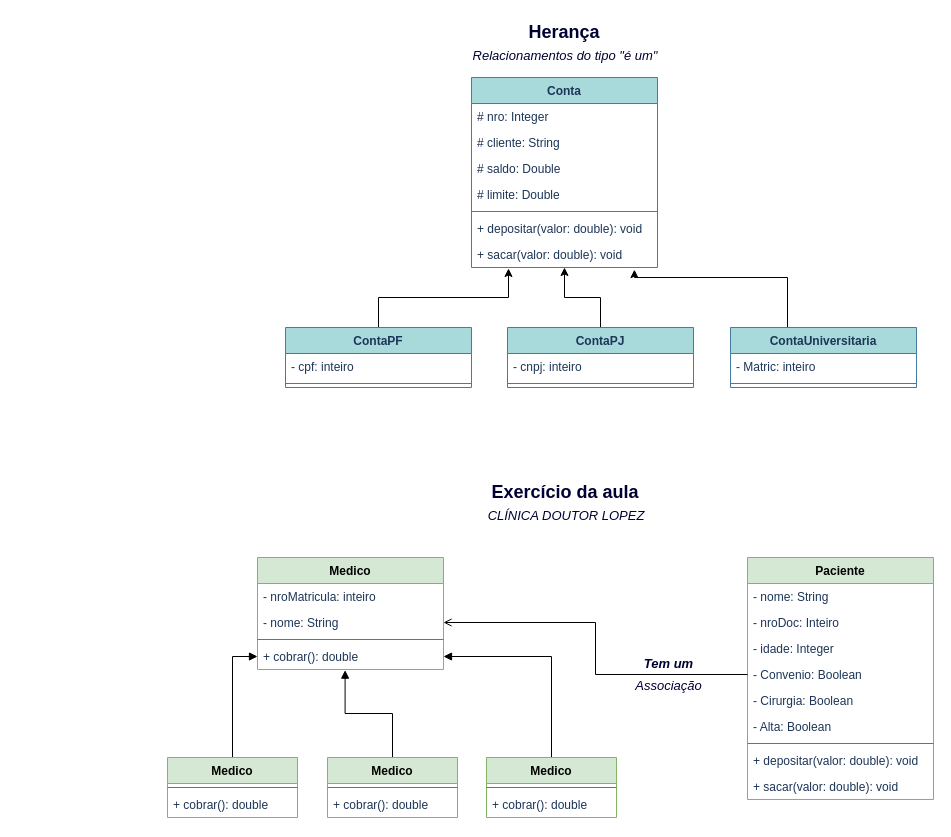
Earlier version of the draw.io diagram aula08-diagramaContaBancaria/aula08-Heranca.drawio (prof-marcelosouza/DH-POO-0522). Source tidied: cells renumbered, new cells numbered last; positions are measured from the earlier drawing's top-left corner, leaving out a move shared by most shapes. Both pictures are drawn from the tidied source at 100%, with x=0, y=0 at pixel (167, 17).
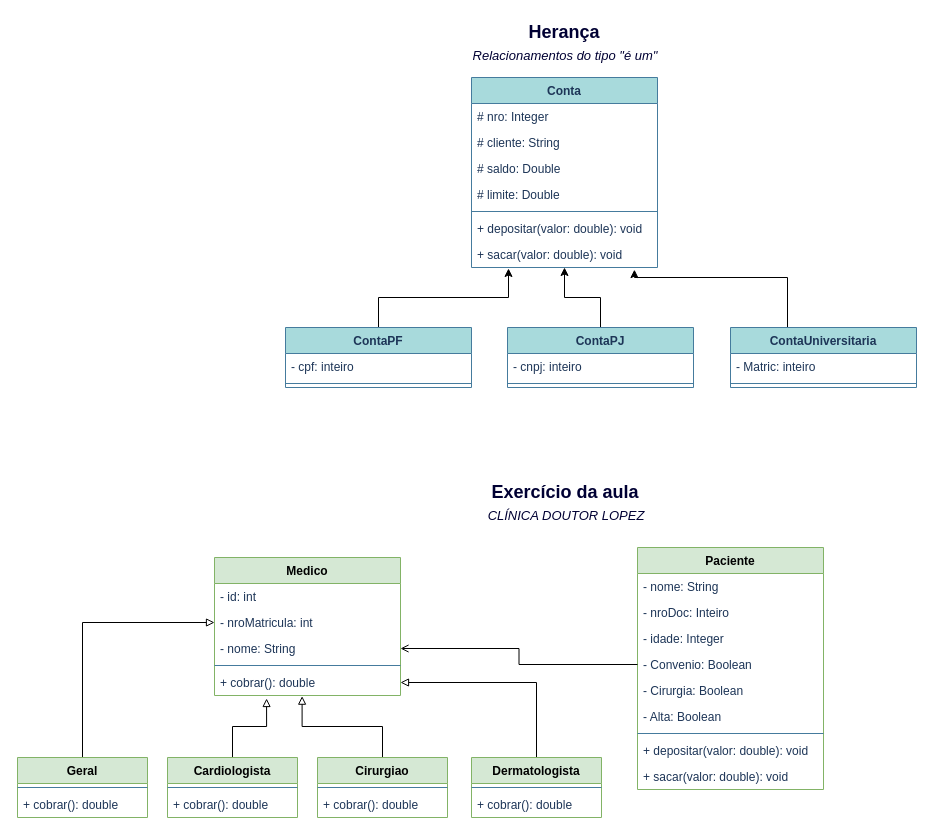
After the change.

Diff of the diagram source:
```diff
@@
     <mxCell id="20" value="Medico" style="swimlane;fontStyle=1;align=center;verticalAlign=top;horizontal=1;startSize=26;fillColor=#d5e8d4;strokeColor=#82b366;" parent="1" vertex="1">
-      <mxGeometry x="90" y="540" width="186" height="112" as="geometry" />
+      <mxGeometry x="47" y="540" width="186" height="138" as="geometry" />
     </mxCell>
+    <mxCell id="56" value="- id: int" style="text;strokeColor=none;fillColor=none;align=left;verticalAlign=top;spacingLeft=4;spacingRight=4;overflow=hidden;fontColor=#1D3557;" parent="20" vertex="1">
+      <mxGeometry y="26" width="186" height="26" as="geometry" />
+    </mxCell>
-    <mxCell id="21" value="- nroMatricula: inteiro" style="text;strokeColor=none;fillColor=none;align=left;verticalAlign=top;spacingLeft=4;spacingRight=4;overflow=hidden;points=[[0,0.5],[1,0.5]];portConstraint=eastwest;fontColor=#1D3557;" parent="20" vertex="1">
-      <mxGeometry y="26" width="186" height="26" as="geometry" />
+    <mxCell id="21" value="- nroMatricula: int" style="text;strokeColor=none;fillColor=none;align=left;verticalAlign=top;spacingLeft=4;spacingRight=4;overflow=hidden;points=[[0,0.5],[1,0.5]];portConstraint=eastwest;fontColor=#1D3557;" parent="20" vertex="1">
+      <mxGeometry y="52" width="186" height="26" as="geometry" />
     </mxCell>
     <mxCell id="22" value="- nome: String" style="text;strokeColor=none;fillColor=none;align=left;verticalAlign=top;spacingLeft=4;spacingRight=4;overflow=hidden;points=[[0,0.5],[1,0.5]];portConstraint=eastwest;fontColor=#1D3557;" parent="20" vertex="1">
-      <mxGeometry y="52" width="186" height="26" as="geometry" />
+      <mxGeometry y="78" width="186" height="26" as="geometry" />
     </mxCell>
     <mxCell id="23" style="line;strokeWidth=1;fillColor=none;align=left;verticalAlign=middle;spacingTop=-1;spacingLeft=3;spacingRight=3;labelPosition=right;labelBackgroundColor=#F1FAEE;strokeColor=#457B9D;fontColor=#1D3557;" parent="20" vertex="1">
-      <mxGeometry y="78" width="186" height="8" as="geometry" />
+      <mxGeometry y="104" width="186" height="8" as="geometry" />
     </mxCell>
     <mxCell id="24" value="+ cobrar(): double" style="text;strokeColor=none;fillColor=none;align=left;verticalAlign=top;spacingLeft=4;spacingRight=4;overflow=hidden;points=[[0,0.5],[1,0.5]];portConstraint=eastwest;fontColor=#1D3557;" parent="20" vertex="1">
-      <mxGeometry y="86" width="186" height="26" as="geometry" />
+      <mxGeometry y="112" width="186" height="26" as="geometry" />
     </mxCell>
@@
     <mxCell id="27" value="Paciente" style="swimlane;fontStyle=1;align=center;verticalAlign=top;horizontal=1;startSize=26;fillColor=#d5e8d4;strokeColor=#82b366;" parent="1" vertex="1">
-      <mxGeometry x="580" y="540" width="186" height="242" as="geometry" />
+      <mxGeometry x="470" y="530" width="186" height="242" as="geometry" />
     </mxCell>
@@
-    <mxCell id="38" value="&lt;font style=&quot;font-size: 13px;&quot;&gt;Associação&lt;/font&gt;" style="text;html=1;strokeColor=none;fillColor=none;align=center;verticalAlign=middle;whiteSpace=wrap;rounded=0;sketch=0;fontSize=18;fontColor=#000033;fontStyle=2;" parent="1" vertex="1">
-      <mxGeometry x="420" y="652" width="163" height="30" as="geometry" />
-    </mxCell>
-    <mxCell id="39" value="&lt;font style=&quot;font-size: 13px;&quot;&gt;Tem um&lt;/font&gt;" style="text;html=1;strokeColor=none;fillColor=none;align=center;verticalAlign=middle;whiteSpace=wrap;rounded=0;sketch=0;fontSize=18;fontColor=#000033;fontStyle=3;" parent="1" vertex="1">
-      <mxGeometry x="420" y="630" width="163" height="30" as="geometry" />
-    </mxCell>
-    <mxCell id="40" style="edgeStyle=orthogonalEdgeStyle;rounded=0;jettySize=auto;html=1;entryX=0;entryY=0.5;entryDx=0;entryDy=0;endArrow=block;endFill=1;" parent="1" edge="1" source="41" target="24">
-      <mxGeometry relative="1" as="geometry" />
+    <mxCell id="40" style="edgeStyle=orthogonalEdgeStyle;rounded=0;jettySize=auto;html=1;exitX=0.5;exitY=0;exitDx=0;exitDy=0;entryX=0.28;entryY=1.115;entryDx=0;entryDy=0;entryPerimeter=0;endArrow=block;endFill=0;" parent="1" edge="1" source="41" target="24">
+      <mxGeometry relative="1" as="geometry">
+        <Array as="points">
+          <mxPoint x="65" y="709" />
+          <mxPoint x="99" y="709" />
+        </Array>
+      </mxGeometry>
     </mxCell>
-    <mxCell id="41" value="Medico" style="swimlane;fontStyle=1;align=center;verticalAlign=top;horizontal=1;startSize=26;fillColor=#d5e8d4;strokeColor=#82b366;" parent="1" vertex="1">
+    <mxCell id="41" value="Cardiologista" style="swimlane;fontStyle=1;align=center;verticalAlign=top;horizontal=1;startSize=26;fillColor=#d5e8d4;strokeColor=#82b366;" parent="1" vertex="1">
       <mxGeometry y="740" width="130" height="60" as="geometry" />
     </mxCell>
@@
-    <mxCell id="44" style="edgeStyle=orthogonalEdgeStyle;rounded=0;jettySize=auto;html=1;entryX=0.471;entryY=1.026;entryDx=0;entryDy=0;entryPerimeter=0;endArrow=block;endFill=1;" parent="1" edge="1" source="45" target="24">
+    <mxCell id="44" style="edgeStyle=orthogonalEdgeStyle;rounded=0;jettySize=auto;html=1;entryX=0.471;entryY=1.026;entryDx=0;entryDy=0;entryPerimeter=0;endArrow=block;endFill=0;" parent="1" edge="1" source="45" target="24">
       <mxGeometry relative="1" as="geometry" />
     </mxCell>
-    <mxCell id="45" value="Medico" style="swimlane;fontStyle=1;align=center;verticalAlign=top;horizontal=1;startSize=26;fillColor=#d5e8d4;strokeColor=#82b366;" parent="1" vertex="1">
-      <mxGeometry x="160" y="740" width="130" height="60" as="geometry" />
+    <mxCell id="45" value="Cirurgiao" style="swimlane;fontStyle=1;align=center;verticalAlign=top;horizontal=1;startSize=26;fillColor=#d5e8d4;strokeColor=#82b366;" parent="1" vertex="1">
+      <mxGeometry x="150" y="740" width="130" height="60" as="geometry" />
     </mxCell>
@@
-    <mxCell id="48" style="edgeStyle=orthogonalEdgeStyle;rounded=0;jettySize=auto;html=1;entryX=1;entryY=0.5;entryDx=0;entryDy=0;endArrow=block;endFill=1;" parent="1" edge="1" source="49" target="24">
+    <mxCell id="48" style="edgeStyle=orthogonalEdgeStyle;rounded=0;jettySize=auto;html=1;entryX=1;entryY=0.5;entryDx=0;entryDy=0;endArrow=block;endFill=0;" parent="1" edge="1" source="49" target="24">
       <mxGeometry relative="1" as="geometry" />
     </mxCell>
-    <mxCell id="49" value="Medico" style="swimlane;fontStyle=1;align=center;verticalAlign=top;horizontal=1;startSize=26;fillColor=#d5e8d4;strokeColor=#82b366;" parent="1" vertex="1">
-      <mxGeometry x="319" y="740" width="130" height="60" as="geometry" />
+    <mxCell id="49" value="Dermatologista" style="swimlane;fontStyle=1;align=center;verticalAlign=top;horizontal=1;startSize=26;fillColor=#d5e8d4;strokeColor=#82b366;" parent="1" vertex="1">
+      <mxGeometry x="304" y="740" width="130" height="60" as="geometry" />
     </mxCell>
@@
+    <mxCell id="57" style="edgeStyle=orthogonalEdgeStyle;rounded=0;jettySize=auto;html=1;entryX=0;entryY=0.5;entryDx=0;entryDy=0;endArrow=block;endFill=0;" parent="1" edge="1" source="58" target="21">
+      <mxGeometry relative="1" as="geometry" />
+    </mxCell>
+    <mxCell id="58" value="Geral" style="swimlane;fontStyle=1;align=center;verticalAlign=top;horizontal=1;startSize=26;fillColor=#d5e8d4;strokeColor=#82b366;" parent="1" vertex="1">
+      <mxGeometry x="-150" y="740" width="130" height="60" as="geometry" />
+    </mxCell>
+    <mxCell id="59" style="line;strokeWidth=1;fillColor=none;align=left;verticalAlign=middle;spacingTop=-1;spacingLeft=3;spacingRight=3;labelPosition=right;labelBackgroundColor=#F1FAEE;strokeColor=#457B9D;fontColor=#1D3557;" parent="58" vertex="1">
+      <mxGeometry y="26" width="130" height="8" as="geometry" />
+    </mxCell>
+    <mxCell id="60" value="+ cobrar(): double" style="text;strokeColor=none;fillColor=none;align=left;verticalAlign=top;spacingLeft=4;spacingRight=4;overflow=hidden;fontColor=#1D3557;" parent="58" vertex="1">
+      <mxGeometry y="34" width="130" height="26" as="geometry" />
+    </mxCell>
```
